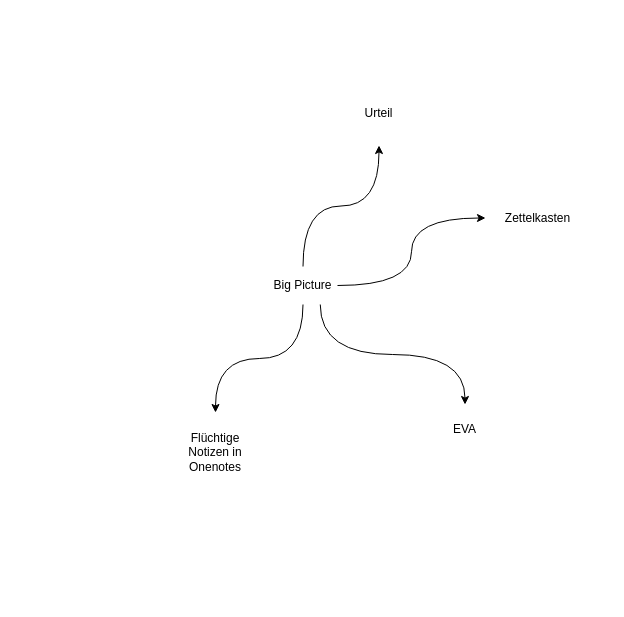
The draw.io diagram page "overview" (1 of 3) of DrawIo/Untitled Diagram.drawio in foreversun69/documentation, before the edit. Source tidied: cells renumbered, new cells numbered last; positions are measured from the earlier drawing's top-left corner, leaving out a move shared by most shapes. Both pictures are drawn from the tidied source at 100%, with x=0, y=0 at pixel (175, 80).
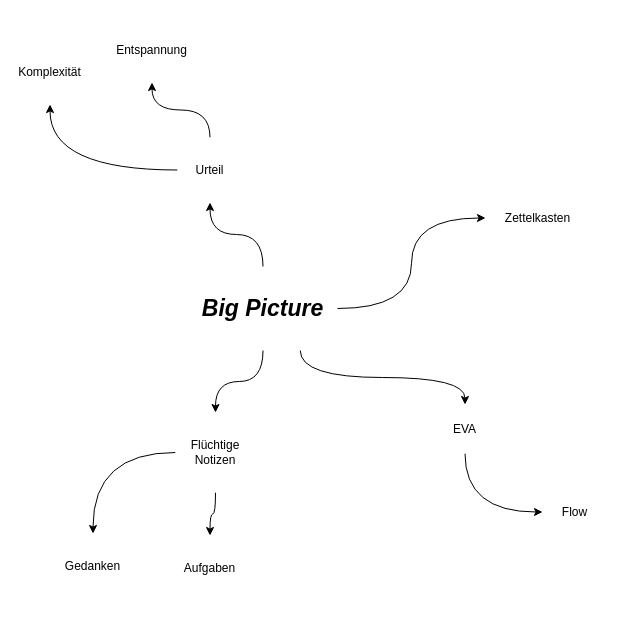
After the change.

Unchanged cells that the change refers to:
```xml
<mxCell id="7" value="EVA" style="ellipse;whiteSpace=wrap;html=1;strokeColor=none;" parent="1" vertex="1">
  <mxGeometry x="265" y="324" width="49" height="49" as="geometry" />
</mxCell>
```

Change to the diagram source:
```diff
@@
-    <mxCell id="6" value="Big Picture" style="text;html=1;strokeColor=none;fillColor=none;align=center;verticalAlign=middle;whiteSpace=wrap;rounded=0;" parent="1" vertex="1">
-      <mxGeometry x="93" y="186" width="69" height="38" as="geometry" />
+    <mxCell id="6" value="&lt;i&gt;&lt;b&gt;&lt;font style=&quot;font-size: 23px&quot;&gt;Big Picture&lt;/font&gt;&lt;/b&gt;&lt;/i&gt;" style="text;html=1;strokeColor=none;fillColor=none;align=center;verticalAlign=middle;whiteSpace=wrap;rounded=0;" parent="1" vertex="1">
+      <mxGeometry x="13" y="186" width="149" height="84" as="geometry" />
     </mxCell>
+    <mxCell id="11" style="edgeStyle=orthogonalEdgeStyle;curved=1;rounded=0;jettySize=auto;html=1;exitX=0.5;exitY=1;exitDx=0;exitDy=0;entryX=0;entryY=0.5;entryDx=0;entryDy=0;" parent="1" edge="1" source="7" target="17">
+      <mxGeometry relative="1" as="geometry" />
+    </mxCell>
@@
+    <mxCell id="12" style="edgeStyle=orthogonalEdgeStyle;curved=1;rounded=0;jettySize=auto;html=1;exitX=0;exitY=0.5;exitDx=0;exitDy=0;" parent="1" edge="1" source="8" target="19">
+      <mxGeometry relative="1" as="geometry" />
+    </mxCell>
+    <mxCell id="13" style="edgeStyle=orthogonalEdgeStyle;curved=1;rounded=0;jettySize=auto;html=1;exitX=0.5;exitY=1;exitDx=0;exitDy=0;entryX=0.5;entryY=0;entryDx=0;entryDy=0;" parent="1" edge="1" source="8" target="20">
+      <mxGeometry relative="1" as="geometry" />
+    </mxCell>
-    <mxCell id="8" value="Flüchtige Notizen in Onenotes" style="ellipse;whiteSpace=wrap;html=1;strokeColor=none;" parent="1" vertex="1">
+    <mxCell id="8" value="Flüchtige Notizen" style="ellipse;whiteSpace=wrap;html=1;strokeColor=none;" parent="1" vertex="1">
       <mxGeometry y="332" width="80" height="80" as="geometry" />
     </mxCell>
@@
+    <mxCell id="14" style="edgeStyle=orthogonalEdgeStyle;curved=1;rounded=0;jettySize=auto;html=1;exitX=0;exitY=0.5;exitDx=0;exitDy=0;entryX=0.5;entryY=1;entryDx=0;entryDy=0;" parent="1" edge="1" source="10" target="16">
+      <mxGeometry relative="1" as="geometry" />
+    </mxCell>
+    <mxCell id="15" style="edgeStyle=orthogonalEdgeStyle;curved=1;rounded=0;jettySize=auto;html=1;exitX=0.5;exitY=0;exitDx=0;exitDy=0;" parent="1" edge="1" source="10" target="18">
+      <mxGeometry relative="1" as="geometry" />
+    </mxCell>
     <mxCell id="10" value="Urteil" style="ellipse;whiteSpace=wrap;html=1;strokeColor=none;" parent="1" vertex="1">
-      <mxGeometry x="171" width="65" height="65" as="geometry" />
+      <mxGeometry x="2" y="57" width="65" height="65" as="geometry" />
     </mxCell>
+    <mxCell id="16" value="Komplexität" style="ellipse;whiteSpace=wrap;html=1;strokeColor=none;" parent="1" vertex="1">
+      <mxGeometry x="-158" y="-41" width="65" height="65" as="geometry" />
+    </mxCell>
+    <mxCell id="17" value="Flow" style="ellipse;whiteSpace=wrap;html=1;strokeColor=none;" parent="1" vertex="1">
+      <mxGeometry x="367" y="399" width="65" height="65" as="geometry" />
+    </mxCell>
+    <mxCell id="18" value="Entspannung" style="ellipse;whiteSpace=wrap;html=1;strokeColor=none;" parent="1" vertex="1">
+      <mxGeometry x="-56" y="-63" width="65" height="65" as="geometry" />
+    </mxCell>
+    <mxCell id="19" value="Gedanken" style="ellipse;whiteSpace=wrap;html=1;strokeColor=none;" parent="1" vertex="1">
+      <mxGeometry x="-115" y="453" width="65" height="65" as="geometry" />
+    </mxCell>
+    <mxCell id="20" value="Aufgaben" style="ellipse;whiteSpace=wrap;html=1;strokeColor=none;" parent="1" vertex="1">
+      <mxGeometry x="2" y="455" width="65" height="65" as="geometry" />
+    </mxCell>
```
